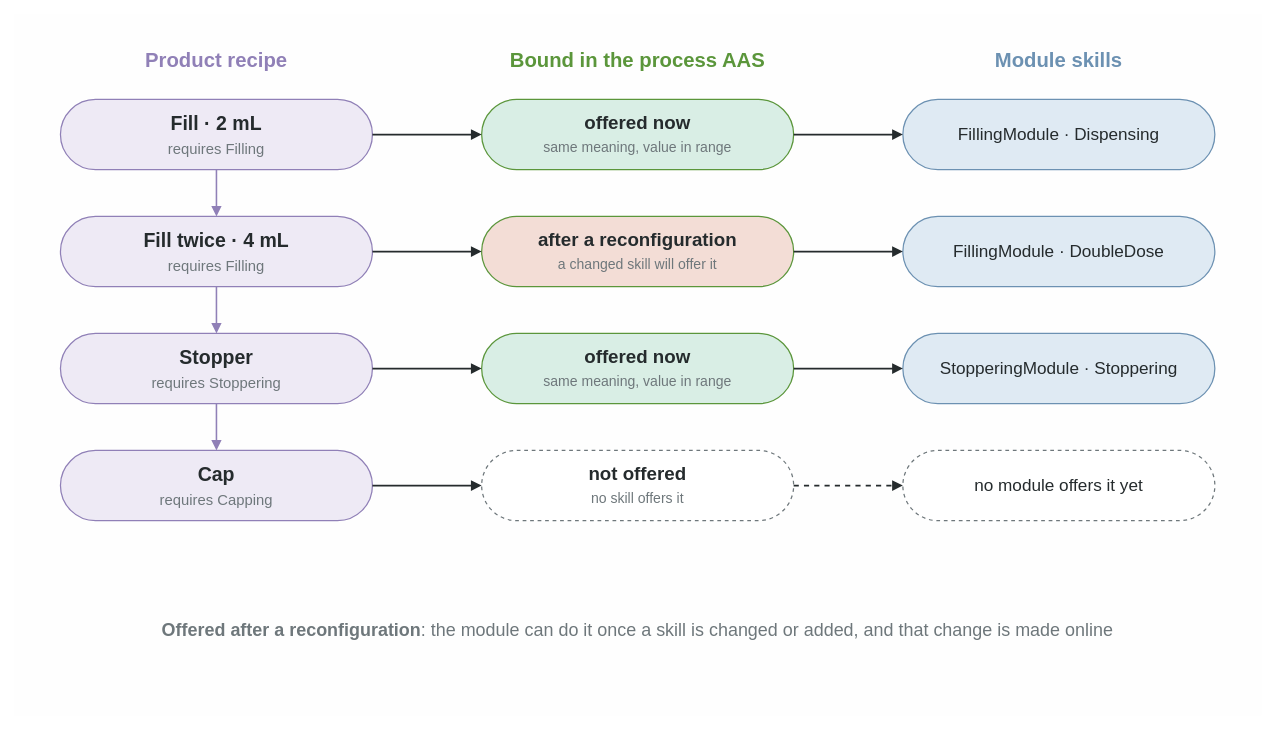
This is page "11 From recipe to skills" (11 of 19) of docs/figures/slides.drawio from AAUSmartProductionLab/iec61499-mgmt-py, a draw.io file, before an edit. Source tidied: cells renumbered, new cells numbered last; positions are measured from the earlier drawing's top-left corner, leaving out a move shared by most shapes. Both pictures are drawn from the tidied source at 78%, with x=0, y=0 at pixel (13, 13).
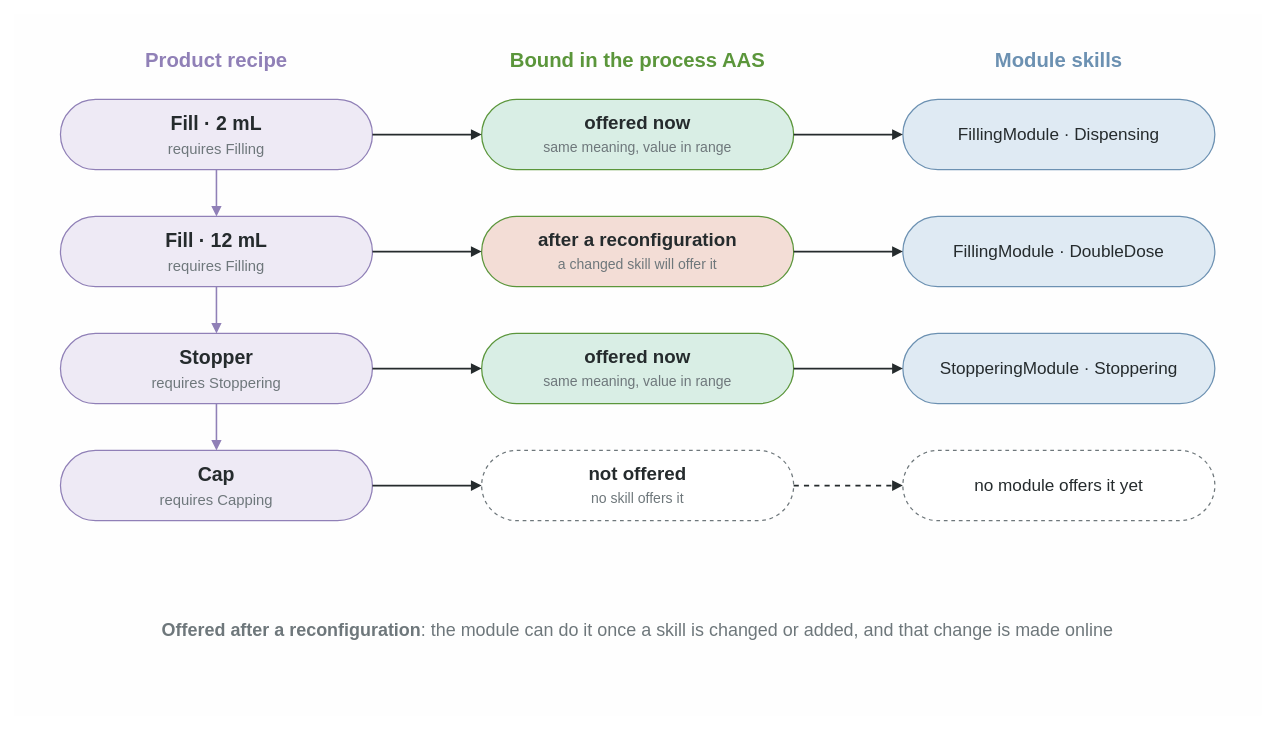
After the change.

Commit message (it also covers changes not shown here):
Presentation: each slide on its own figure, and six animation briefs

Skill call inside a module, first deployment, pipeline flow and walk, layers walk, verify by read-back.

What changed in the source:
```diff
@@
-    <mxCell id="12" value="&lt;b&gt;Fill twice  ·  4 mL&lt;/b&gt;&lt;br&gt;&lt;font color=&quot;#6E777B&quot; style=&quot;font-size:19px&quot;&gt;requires Filling&lt;/font&gt;" style="rounded=1;absoluteArcSize=1;arcSize=90;fillColor=#EEEAF5;strokeColor=#9080B7;strokeWidth=1.6;dashed=0;html=1;whiteSpace=wrap;fontFamily=Arial;fontSize=25;fontColor=#252B2D;fontStyle=0;align=center;verticalAlign=middle;spacingLeft=10;spacingRight=10;" parent="1" vertex="1">
+    <mxCell id="12" value="&lt;b&gt;Fill  ·  12 mL&lt;/b&gt;&lt;br&gt;&lt;font color=&quot;#6E777B&quot; style=&quot;font-size:19px&quot;&gt;requires Filling&lt;/font&gt;" style="rounded=1;absoluteArcSize=1;arcSize=90;fillColor=#EEEAF5;strokeColor=#9080B7;strokeWidth=1.6;dashed=0;html=1;whiteSpace=wrap;fontFamily=Arial;fontSize=25;fontColor=#252B2D;fontStyle=0;align=center;verticalAlign=middle;spacingLeft=10;spacingRight=10;" parent="1" vertex="1">
       <mxGeometry x="60" y="260" width="400" height="90" as="geometry" />
     </mxCell>
```
